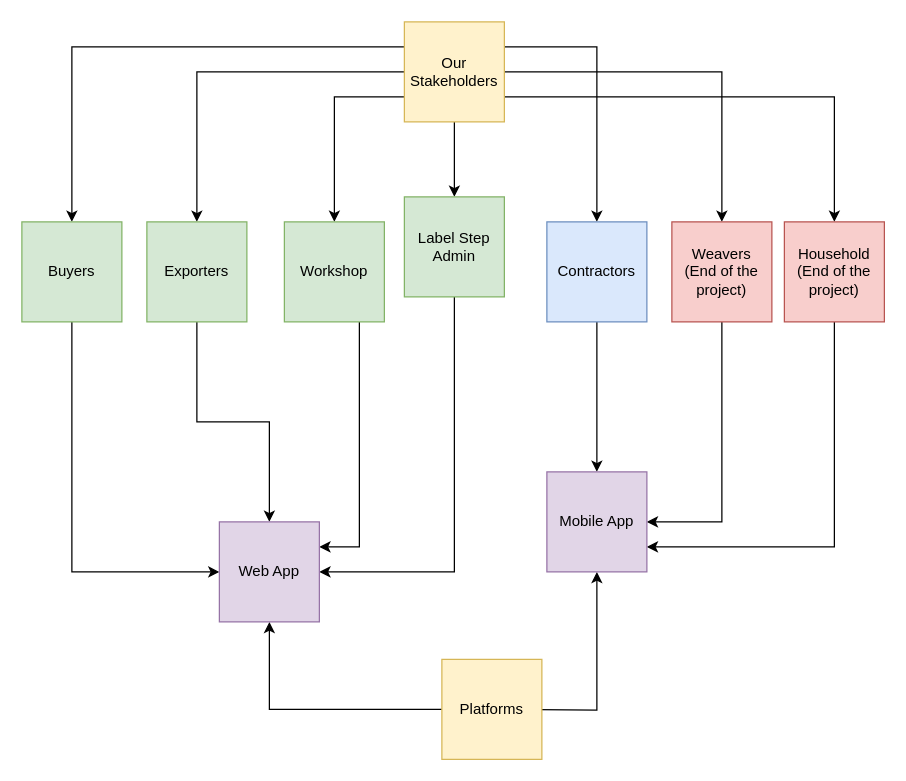
Before: Untitled Diagram.drawio in SurajMazar/docker-files, a draw.io diagram. Source tidied: cells renumbered, new cells numbered last; positions are measured from the earlier drawing's top-left corner, leaving out a move shared by most shapes. Both pictures are drawn from the tidied source at 125%, with x=0, y=0 at pixel (21, 21).
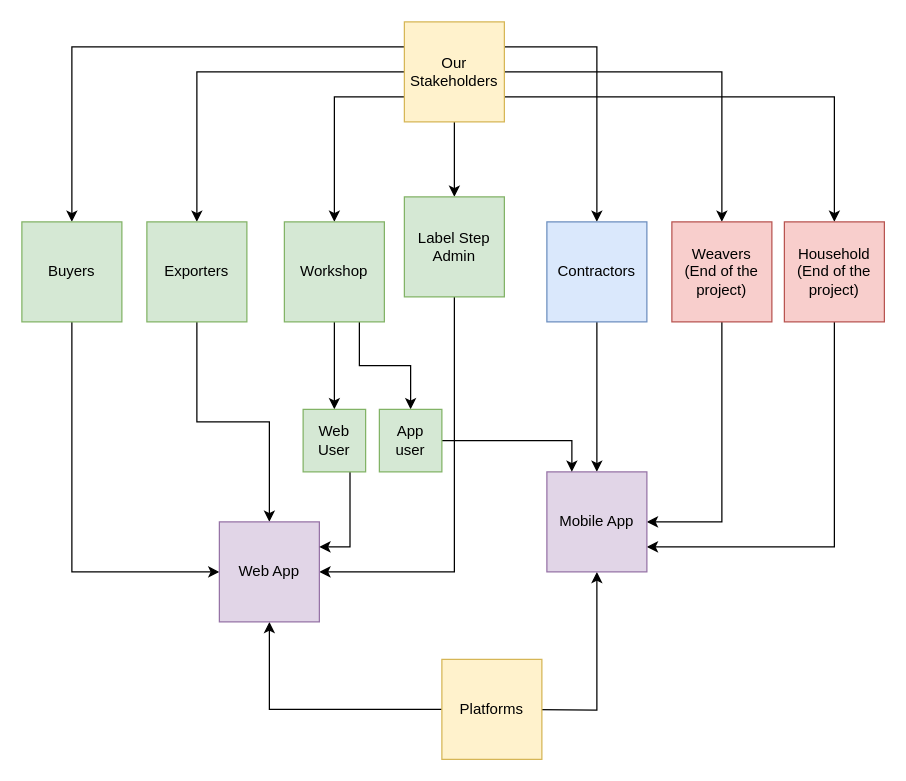
The same page after the edit.

Unchanged cells that the change refers to:
```xml
<mxCell id="15" value="Workshop" style="whiteSpace=wrap;html=1;fillColor=#d5e8d4;strokeColor=#82b366;" parent="1" vertex="1">
  <mxGeometry x="210" y="160" width="80" height="80" as="geometry" />
</mxCell>
<mxCell id="27" value="Web App" style="whiteSpace=wrap;html=1;fillColor=#e1d5e7;strokeColor=#9673a6;" parent="1" vertex="1">
  <mxGeometry x="158" y="400" width="80" height="80" as="geometry" />
</mxCell>
<mxCell id="28" value="Mobile App" style="whiteSpace=wrap;html=1;fillColor=#e1d5e7;strokeColor=#9673a6;" parent="1" vertex="1">
  <mxGeometry x="420" y="360" width="80" height="80" as="geometry" />
</mxCell>
```

What changed in the source:
```diff
@@
-    <mxCell id="14" style="edgeStyle=orthogonalEdgeStyle;rounded=0;jettySize=auto;html=1;exitX=0.75;exitY=1;exitDx=0;exitDy=0;entryX=1;entryY=0.25;entryDx=0;entryDy=0;" parent="1" edge="1" source="15" target="27">
-      <mxGeometry relative="1" as="geometry" />
-    </mxCell>
+    <mxCell id="29" style="edgeStyle=orthogonalEdgeStyle;rounded=0;jettySize=auto;html=1;" parent="1" edge="1" source="15" target="32">
+      <mxGeometry relative="1" as="geometry" />
+    </mxCell>
+    <mxCell id="30" style="edgeStyle=orthogonalEdgeStyle;rounded=0;jettySize=auto;html=1;exitX=0.75;exitY=1;exitDx=0;exitDy=0;entryX=0.5;entryY=0;entryDx=0;entryDy=0;" parent="1" edge="1" source="15" target="34">
+      <mxGeometry relative="1" as="geometry" />
+    </mxCell>
@@
+    <mxCell id="31" style="edgeStyle=orthogonalEdgeStyle;rounded=0;jettySize=auto;html=1;exitX=0.75;exitY=1;exitDx=0;exitDy=0;entryX=1;entryY=0.25;entryDx=0;entryDy=0;" parent="1" edge="1" source="32" target="27">
+      <mxGeometry relative="1" as="geometry" />
+    </mxCell>
+    <mxCell id="32" value="Web User" style="whiteSpace=wrap;html=1;fillColor=#d5e8d4;strokeColor=#82b366;" parent="1" vertex="1">
+      <mxGeometry x="225" y="310" width="50" height="50" as="geometry" />
+    </mxCell>
+    <mxCell id="33" style="edgeStyle=orthogonalEdgeStyle;rounded=0;jettySize=auto;html=1;exitX=1;exitY=0.5;exitDx=0;exitDy=0;entryX=0.25;entryY=0;entryDx=0;entryDy=0;" parent="1" edge="1" source="34" target="28">
+      <mxGeometry relative="1" as="geometry" />
+    </mxCell>
+    <mxCell id="34" value="&lt;div&gt;App &lt;br&gt;&lt;/div&gt;&lt;div&gt;user&lt;/div&gt;" style="whiteSpace=wrap;html=1;fillColor=#d5e8d4;strokeColor=#82b366;" parent="1" vertex="1">
+      <mxGeometry x="286" y="310" width="50" height="50" as="geometry" />
+    </mxCell>
```
